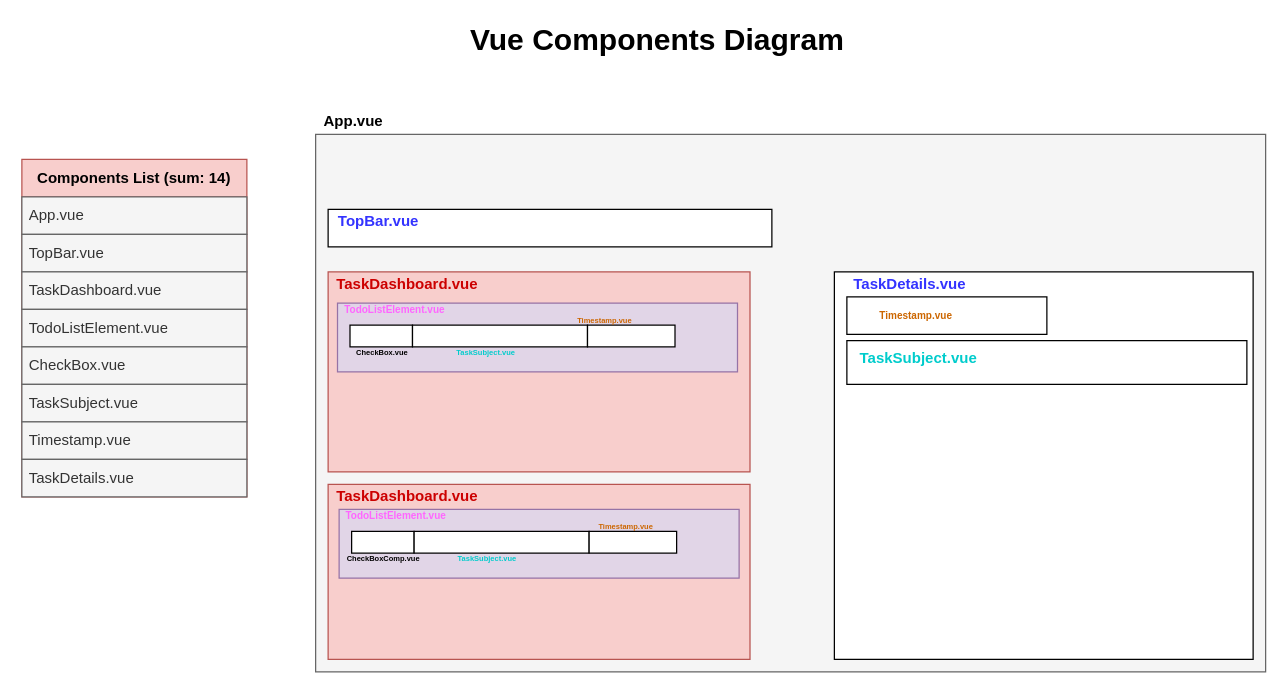
Before: public/Vue_Components_Diagram/Vue_Components_Diagram.drawio in reza-nzri/vue-todo-app, a draw.io diagram. Source tidied: cells renumbered, new cells numbered last; positions are measured from the earlier drawing's top-left corner, leaving out a move shared by most shapes. Both pictures are drawn from the tidied source at 125%, with x=0, y=0 at pixel (21, 21).
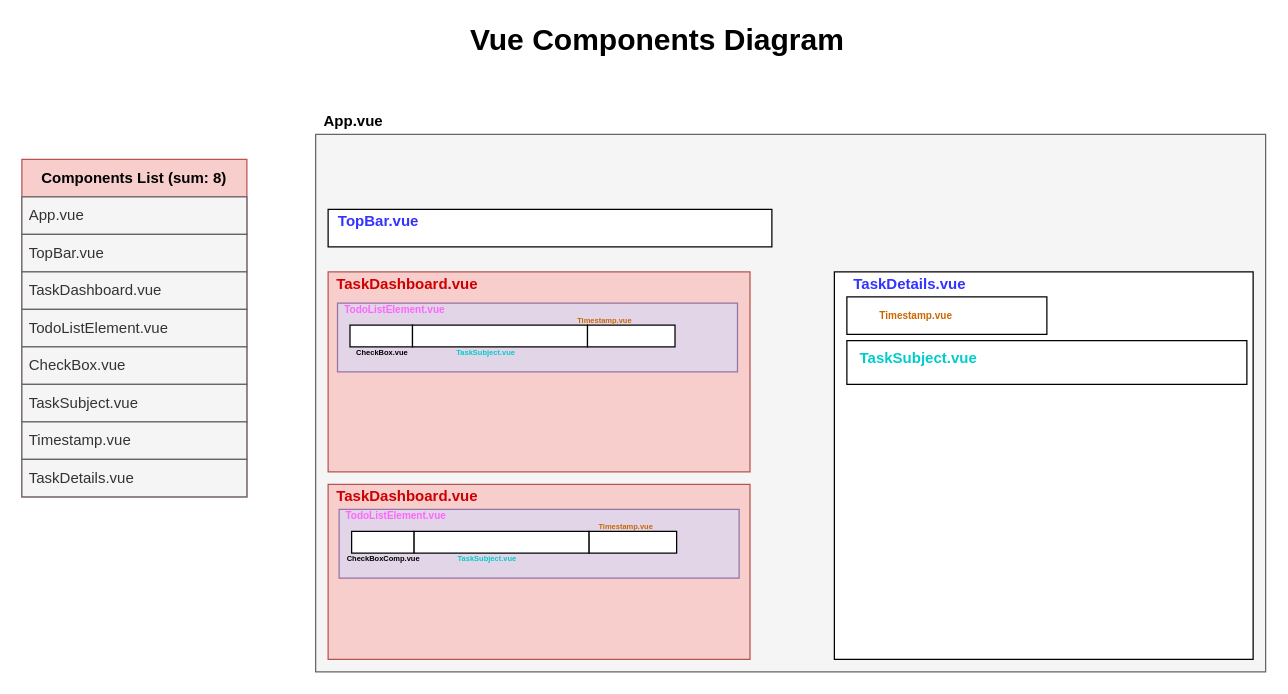
The same page after the edit.

Commit message (it also covers changes not shown here):
Update Components Diagram

Change to the diagram source:
```diff
@@
-    <mxCell id="23" value="Components List (sum: 14)" style="swimlane;fontStyle=1;horizontal=1;startSize=30;whiteSpace=wrap;html=1;fillColor=#f8cecc;strokeColor=#b85450;" parent="1" vertex="1">
+    <mxCell id="23" value="Components List (sum: 8)" style="swimlane;fontStyle=1;horizontal=1;startSize=30;whiteSpace=wrap;html=1;fillColor=#f8cecc;strokeColor=#b85450;" parent="1" vertex="1">
       <mxGeometry y="110" width="180" height="270" as="geometry" />
     </mxCell>
```
